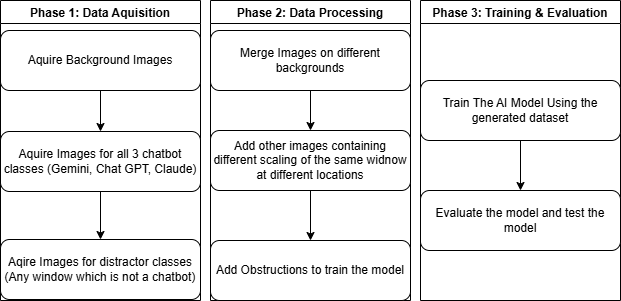
svabela5/IPVCLectures keeps this draw.io diagram as HomeAssignment/IPCV Pipeline.png. Above is the earlier version. Source tidied: cells renumbered, new cells last; positions are measured from the earlier drawing's top-left corner, leaving out a move shared by most shapes. Source of this version:
```xml
<mxGraphModel>
  <root>
    <mxCell id="0" />
    <mxCell id="1" parent="0" />
    <mxCell id="2" value="Phase 1: Data Aquisition" style="swimlane;" parent="1" vertex="1">
      <mxGeometry width="200" height="300" as="geometry" />
    </mxCell>
    <mxCell id="3" style="edgeStyle=orthogonalEdgeStyle;rounded=0;jettySize=auto;html=1;exitX=0.5;exitY=1;exitDx=0;exitDy=0;" parent="2" edge="1" source="4" target="6">
      <mxGeometry relative="1" as="geometry" />
    </mxCell>
    <mxCell id="4" value="Aquire Background Images" style="rounded=1;whiteSpace=wrap;html=1;" parent="2" vertex="1">
      <mxGeometry y="30" width="200" height="60" as="geometry" />
    </mxCell>
    <mxCell id="5" style="edgeStyle=orthogonalEdgeStyle;rounded=0;jettySize=auto;html=1;exitX=0.5;exitY=1;exitDx=0;exitDy=0;" parent="2" edge="1" source="6" target="7">
      <mxGeometry relative="1" as="geometry" />
    </mxCell>
    <mxCell id="6" value="Aquire Images for all 3 chatbot classes (Gemini, Chat GPT, Claude)" style="rounded=1;whiteSpace=wrap;html=1;" parent="2" vertex="1">
      <mxGeometry y="131" width="200" height="60" as="geometry" />
    </mxCell>
    <mxCell id="7" value="Aqire Images for distractor classes (Any window which is not a chatbot)" style="rounded=1;whiteSpace=wrap;html=1;" parent="2" vertex="1">
      <mxGeometry y="239" width="200" height="60" as="geometry" />
    </mxCell>
    <mxCell id="8" value="Phase 2: Data Processing" style="swimlane;" parent="1" vertex="1">
      <mxGeometry x="210" width="200" height="300" as="geometry" />
    </mxCell>
    <mxCell id="9" style="edgeStyle=orthogonalEdgeStyle;rounded=0;jettySize=auto;html=1;exitX=0.5;exitY=1;exitDx=0;exitDy=0;" parent="8" edge="1" source="10" target="11">
      <mxGeometry relative="1" as="geometry" />
    </mxCell>
    <mxCell id="10" value="Add other images containing different scaling of the same widnow at different locations" style="rounded=1;whiteSpace=wrap;html=1;" parent="8" vertex="1">
      <mxGeometry y="130" width="200" height="60" as="geometry" />
    </mxCell>
    <mxCell id="11" value="Add Obstructions to train the model" style="rounded=1;whiteSpace=wrap;html=1;" parent="8" vertex="1">
      <mxGeometry y="240" width="200" height="60" as="geometry" />
    </mxCell>
    <mxCell id="12" style="edgeStyle=orthogonalEdgeStyle;rounded=0;jettySize=auto;html=1;exitX=0.5;exitY=1;exitDx=0;exitDy=0;" parent="8" edge="1" source="13" target="10">
      <mxGeometry relative="1" as="geometry" />
    </mxCell>
    <mxCell id="13" value="Merge Images on different backgrounds" style="rounded=1;whiteSpace=wrap;html=1;" parent="8" vertex="1">
      <mxGeometry y="30" width="200" height="60" as="geometry" />
    </mxCell>
    <mxCell id="14" value="Phase 3: Training &amp; Evaluation" style="swimlane;" parent="1" vertex="1">
      <mxGeometry x="420" width="200" height="300" as="geometry" />
    </mxCell>
    <mxCell id="15" style="edgeStyle=orthogonalEdgeStyle;rounded=0;jettySize=auto;html=1;" parent="14" edge="1" source="16" target="17">
      <mxGeometry relative="1" as="geometry" />
    </mxCell>
    <mxCell id="16" value="Train The AI Model Using the generated dataset" style="rounded=1;whiteSpace=wrap;html=1;" parent="14" vertex="1">
      <mxGeometry y="80" width="200" height="60" as="geometry" />
    </mxCell>
    <mxCell id="17" value="Evaluate the model and test the model" style="rounded=1;whiteSpace=wrap;html=1;" parent="14" vertex="1">
      <mxGeometry y="190" width="200" height="60" as="geometry" />
    </mxCell>
  </root>
</mxGraphModel>
```
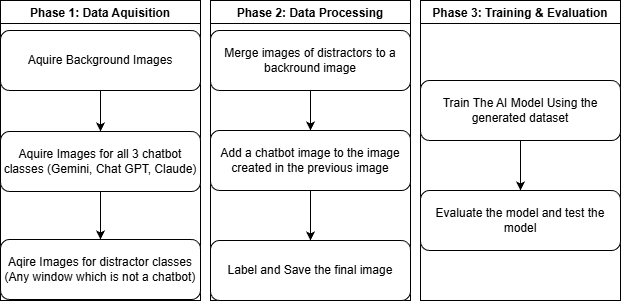
Above is the later version.

What changed in the source:
```diff
@@ -26,16 +26,16 @@
     <mxCell id="9" style="edgeStyle=orthogonalEdgeStyle;rounded=0;jettySize=auto;html=1;exitX=0.5;exitY=1;exitDx=0;exitDy=0;" parent="8" edge="1" source="10" target="11">
       <mxGeometry relative="1" as="geometry" />
     </mxCell>
-    <mxCell id="10" value="Add other images containing different scaling of the same widnow at different locations" style="rounded=1;whiteSpace=wrap;html=1;" parent="8" vertex="1">
+    <mxCell id="10" value="Add a chatbot image to the image created in the previous image" style="rounded=1;whiteSpace=wrap;html=1;" parent="8" vertex="1">
       <mxGeometry y="130" width="200" height="60" as="geometry" />
     </mxCell>
-    <mxCell id="11" value="Add Obstructions to train the model" style="rounded=1;whiteSpace=wrap;html=1;" parent="8" vertex="1">
+    <mxCell id="11" value="Label and Save the final image" style="rounded=1;whiteSpace=wrap;html=1;" parent="8" vertex="1">
       <mxGeometry y="240" width="200" height="60" as="geometry" />
     </mxCell>
     <mxCell id="12" style="edgeStyle=orthogonalEdgeStyle;rounded=0;jettySize=auto;html=1;exitX=0.5;exitY=1;exitDx=0;exitDy=0;" parent="8" edge="1" source="13" target="10">
       <mxGeometry relative="1" as="geometry" />
     </mxCell>
-    <mxCell id="13" value="Merge Images on different backgrounds" style="rounded=1;whiteSpace=wrap;html=1;" parent="8" vertex="1">
+    <mxCell id="13" value="Merge images of distractors to a backround image" style="rounded=1;whiteSpace=wrap;html=1;" parent="8" vertex="1">
       <mxGeometry y="30" width="200" height="60" as="geometry" />
     </mxCell>
     <mxCell id="14" value="Phase 3: Training &amp; Evaluation" style="swimlane;" parent="1" vertex="1">
```
